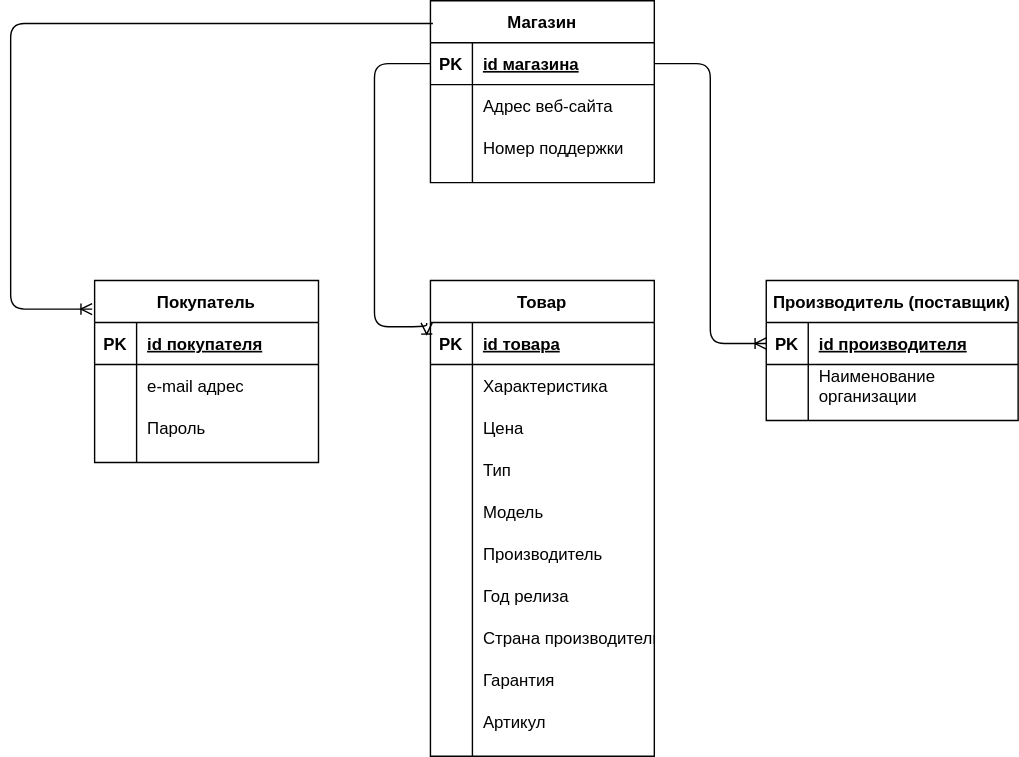
The draw.io diagram LogicDiag.svg in paw-wow/DataBase, before a commit. Source tidied: cells renumbered, new cells last; positions are measured from the earlier drawing's top-left corner, leaving out a move shared by most shapes.
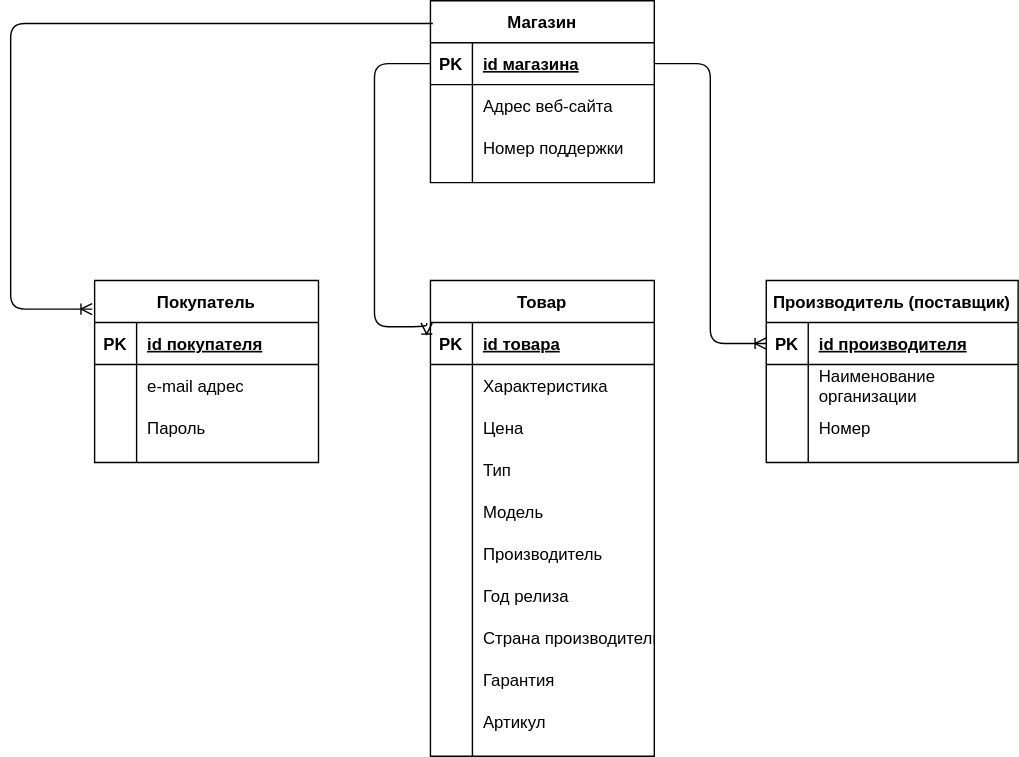
Above is the later version.

Diff of the diagram source:
```diff
@@ -63,7 +63,7 @@
       <mxGeometry x="30" width="130" height="30" as="geometry" />
     </mxCell>
     <mxCell id="22" value="Производитель (поставщик)" style="shape=table;startSize=30;rowLines=0;fontStyle=1;align=center;" parent="1" vertex="1">
-      <mxGeometry x="540" y="200" width="180" height="100" as="geometry" />
+      <mxGeometry x="540" y="200" width="180" height="130" as="geometry" />
     </mxCell>
     <mxCell id="23" style="shape=partialRectangle;fillColor=none;top=0;left=0;bottom=1;right=0;points=[[0,0.5],[1,0.5]];portConstraint=eastwest;" parent="22" vertex="1">
       <mxGeometry y="30" width="180" height="30" as="geometry" />
@@ -83,6 +83,15 @@
     <mxCell id="28" value="Наименование &#10;организации" style="shape=partialRectangle;fillColor=none;top=0;left=0;bottom=0;right=0;align=left;spacingLeft=6;overflow=hidden;" parent="26" vertex="1">
       <mxGeometry x="30" width="150" height="30" as="geometry" />
     </mxCell>
+    <mxCell id="63" style="shape=partialRectangle;fillColor=none;top=0;left=0;bottom=0;right=0;" parent="22" vertex="1">
+      <mxGeometry y="90" width="180" height="30" as="geometry" />
+    </mxCell>
+    <mxCell id="64" style="shape=partialRectangle;fillColor=none;top=0;left=0;bottom=0;right=0;overflow=hidden;" parent="63" vertex="1">
+      <mxGeometry width="30" height="30" as="geometry" />
+    </mxCell>
+    <mxCell id="65" value="Номер" style="shape=partialRectangle;fillColor=none;top=0;left=0;bottom=0;right=0;align=left;spacingLeft=6;overflow=hidden;" parent="63" vertex="1">
+      <mxGeometry x="30" width="150" height="30" as="geometry" />
+    </mxCell>
     <mxCell id="29" value="Товар" style="shape=table;startSize=30;rowLines=0;fontStyle=1;align=center;" parent="1" vertex="1">
       <mxGeometry x="300" y="200" width="160" height="340" as="geometry" />
     </mxCell>
```
